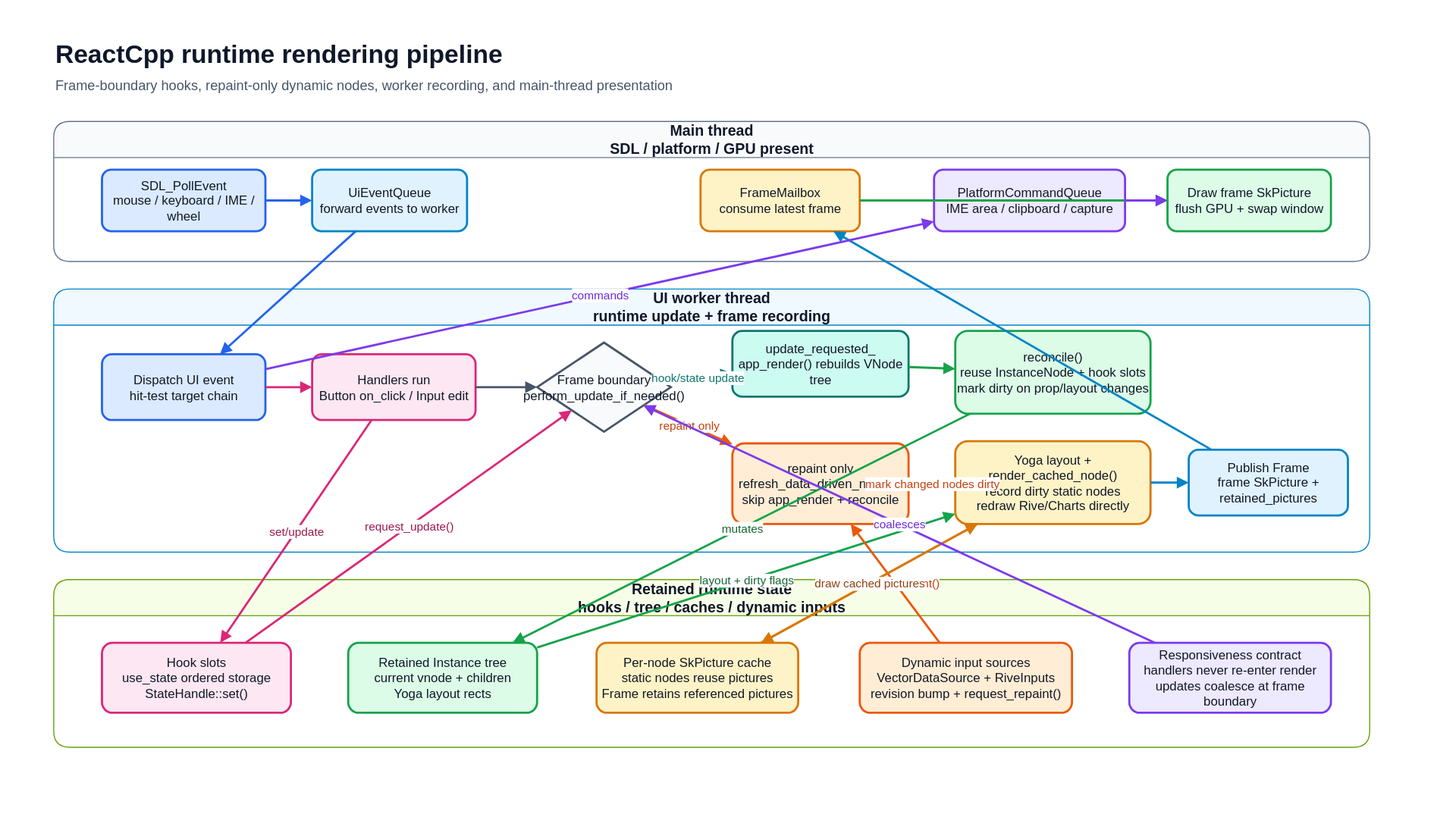
Before: docs/images/runtime-rendering-pipeline.drawio.svg, a diagram exported from draw.io (faywong/ReactCpp). Source tidied: cells renumbered, new cells last; positions are measured from the earlier drawing's top-left corner, leaving out a move shared by most shapes.
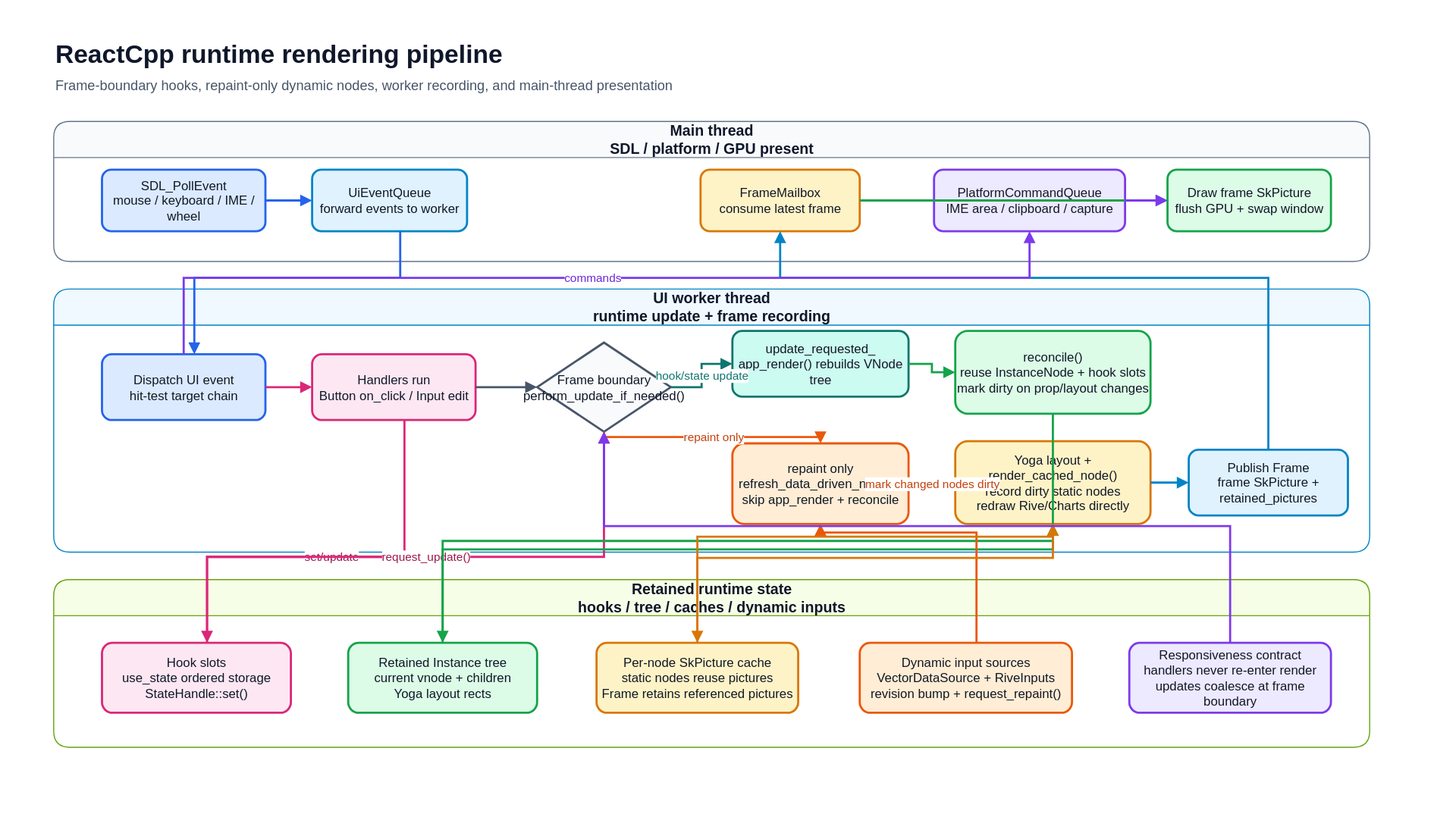
After the commit.

Commit message:
Use orthogonal routes in runtime diagram

The edit, as a diff of the source:
```diff
@@ -74,68 +74,136 @@
     <mxCell id="25" value="Responsiveness contract&lt;br&gt;handlers never re-enter render&lt;br&gt;updates coalesce at frame boundary" style="rounded=1;whiteSpace=wrap;html=1;fontSize=12;fillColor=#EDE9FE;strokeColor=#7C3AED;strokeWidth=2;fontColor=#111827;" parent="1" vertex="1">
       <mxGeometry x="1054" y="596" width="190" height="66" as="geometry" />
     </mxCell>
-    <mxCell id="26" style="endArrow=block;html=1;rounded=0;strokeColor=#2563EB;strokeWidth=2;" parent="1" edge="1" source="8" target="9">
+    <mxCell id="26" style="edgeStyle=orthogonalEdgeStyle;jettySize=auto;endArrow=block;html=1;rounded=0;strokeColor=#2563EB;strokeWidth=2;" parent="1" edge="1" source="8" target="9">
       <mxGeometry relative="1" as="geometry" />
     </mxCell>
-    <mxCell id="27" style="endArrow=block;html=1;rounded=0;strokeColor=#2563EB;strokeWidth=2;" parent="1" edge="1" source="9" target="13">
-      <mxGeometry relative="1" as="geometry" />
+    <mxCell id="27" style="edgeStyle=orthogonalEdgeStyle;jettySize=auto;endArrow=block;html=1;rounded=0;strokeColor=#2563EB;strokeWidth=2;" parent="1" edge="1" source="9" target="13">
+      <mxGeometry relative="1" as="geometry">
+        <Array as="points">
+          <mxPoint x="367" y="252" />
+          <mxPoint x="173" y="252" />
+        </Array>
+      </mxGeometry>
     </mxCell>
-    <mxCell id="28" style="endArrow=block;html=1;rounded=0;strokeColor=#DB2777;strokeWidth=2;" parent="1" edge="1" source="13" target="14">
+    <mxCell id="28" style="edgeStyle=orthogonalEdgeStyle;jettySize=auto;endArrow=block;html=1;rounded=0;strokeColor=#DB2777;strokeWidth=2;" parent="1" edge="1" source="13" target="14">
       <mxGeometry relative="1" as="geometry" />
     </mxCell>
-    <mxCell id="29" value="set/update" style="endArrow=block;html=1;rounded=0;strokeColor=#DB2777;strokeWidth=2;fontSize=11;fontColor=#9D174D;" parent="1" edge="1" source="14" target="21">
-      <mxGeometry relative="1" as="geometry" />
+    <mxCell id="29" value="set/update" style="edgeStyle=orthogonalEdgeStyle;jettySize=auto;endArrow=block;html=1;rounded=0;strokeColor=#DB2777;strokeWidth=2;fontSize=11;fontColor=#9D174D;" parent="1" edge="1" source="14" target="21">
+      <mxGeometry relative="1" as="geometry">
+        <Array as="points">
+          <mxPoint x="371" y="515" />
+          <mxPoint x="185" y="515" />
+        </Array>
+      </mxGeometry>
     </mxCell>
-    <mxCell id="30" value="request_update()" style="endArrow=block;html=1;rounded=0;strokeColor=#DB2777;strokeWidth=2;fontSize=11;fontColor=#9D174D;" parent="1" edge="1" source="21" target="15">
-      <mxGeometry relative="1" as="geometry" />
+    <mxCell id="30" value="request_update()" style="edgeStyle=orthogonalEdgeStyle;jettySize=auto;endArrow=block;html=1;rounded=0;strokeColor=#DB2777;strokeWidth=2;fontSize=11;fontColor=#9D174D;" parent="1" edge="1" source="21" target="15">
+      <mxGeometry relative="1" as="geometry">
+        <Array as="points">
+          <mxPoint x="185" y="515" />
+          <mxPoint x="559" y="515" />
+          <mxPoint x="559" y="407" />
+        </Array>
+      </mxGeometry>
     </mxCell>
-    <mxCell id="31" style="endArrow=block;html=1;rounded=0;strokeColor=#475569;strokeWidth=2;" parent="1" edge="1" source="14" target="15">
+    <mxCell id="31" style="edgeStyle=orthogonalEdgeStyle;jettySize=auto;endArrow=block;html=1;rounded=0;strokeColor=#475569;strokeWidth=2;" parent="1" edge="1" source="14" target="15">
       <mxGeometry relative="1" as="geometry" />
     </mxCell>
-    <mxCell id="32" value="hook/state update" style="endArrow=block;html=1;rounded=0;strokeColor=#0F766E;strokeWidth=2;fontSize=11;fontColor=#0F766E;" parent="1" edge="1" source="15" target="16">
+    <mxCell id="32" value="hook/state update" style="edgeStyle=orthogonalEdgeStyle;jettySize=auto;endArrow=block;html=1;rounded=0;strokeColor=#0F766E;strokeWidth=2;fontSize=11;fontColor=#0F766E;" parent="1" edge="1" source="15" target="16">
       <mxGeometry relative="1" as="geometry" />
     </mxCell>
-    <mxCell id="33" style="endArrow=block;html=1;rounded=0;strokeColor=#16A34A;strokeWidth=2;" parent="1" edge="1" source="16" target="17">
+    <mxCell id="33" style="edgeStyle=orthogonalEdgeStyle;jettySize=auto;endArrow=block;html=1;rounded=0;strokeColor=#16A34A;strokeWidth=2;" parent="1" edge="1" source="16" target="17">
       <mxGeometry relative="1" as="geometry" />
     </mxCell>
-    <mxCell id="34" value="mutates" style="endArrow=block;html=1;rounded=0;strokeColor=#16A34A;strokeWidth=2;fontSize=11;fontColor=#166534;" parent="1" edge="1" source="17" target="22">
-      <mxGeometry relative="1" as="geometry" />
+    <mxCell id="34" style="edgeStyle=orthogonalEdgeStyle;jettySize=auto;endArrow=block;html=1;rounded=0;strokeColor=#16A34A;strokeWidth=2;fontSize=11;fontColor=#166534;" parent="1" edge="1" source="17" target="22">
+      <mxGeometry relative="1" as="geometry">
+        <Array as="points">
+          <mxPoint x="982" y="508" />
+          <mxPoint x="407" y="508" />
+        </Array>
+      </mxGeometry>
     </mxCell>
-    <mxCell id="35" value="layout + dirty flags" style="endArrow=block;html=1;rounded=0;strokeColor=#16A34A;strokeWidth=2;fontSize=11;fontColor=#166534;" parent="1" edge="1" source="22" target="18">
-      <mxGeometry relative="1" as="geometry" />
+    <mxCell id="35" style="edgeStyle=orthogonalEdgeStyle;jettySize=auto;endArrow=block;html=1;rounded=0;strokeColor=#16A34A;strokeWidth=2;fontSize=11;fontColor=#166534;" parent="1" edge="1" source="22" target="18">
+      <mxGeometry relative="1" as="geometry">
+        <Array as="points">
+          <mxPoint x="407" y="500" />
+          <mxPoint x="982" y="500" />
+        </Array>
+      </mxGeometry>
     </mxCell>
-    <mxCell id="36" value="repaint only" style="endArrow=block;html=1;rounded=0;strokeColor=#EA580C;strokeWidth=2;fontSize=11;fontColor=#C2410C;" parent="1" edge="1" source="15" target="20">
-      <mxGeometry relative="1" as="geometry" />
+    <mxCell id="36" value="repaint only" style="edgeStyle=orthogonalEdgeStyle;jettySize=auto;endArrow=block;html=1;rounded=0;strokeColor=#EA580C;strokeWidth=2;fontSize=11;fontColor=#C2410C;" parent="1" edge="1" source="15" target="20">
+      <mxGeometry relative="1" as="geometry">
+        <Array as="points">
+          <mxPoint x="559" y="402" />
+          <mxPoint x="763" y="402" />
+        </Array>
+      </mxGeometry>
     </mxCell>
-    <mxCell id="37" value="request_repaint()" style="endArrow=block;html=1;rounded=0;strokeColor=#EA580C;strokeWidth=2;fontSize=11;fontColor=#C2410C;" parent="1" edge="1" source="24" target="20">
-      <mxGeometry relative="1" as="geometry" />
+    <mxCell id="37" style="edgeStyle=orthogonalEdgeStyle;jettySize=auto;endArrow=block;html=1;rounded=0;strokeColor=#EA580C;strokeWidth=2;fontSize=11;fontColor=#C2410C;" parent="1" edge="1" source="24" target="20">
+      <mxGeometry relative="1" as="geometry">
+        <Array as="points">
+          <mxPoint x="910" y="492" />
+          <mxPoint x="763" y="492" />
+        </Array>
+      </mxGeometry>
     </mxCell>
-    <mxCell id="38" value="mark changed nodes dirty" style="endArrow=block;html=1;rounded=0;strokeColor=#EA580C;strokeWidth=2;fontSize=11;fontColor=#C2410C;" parent="1" edge="1" source="20" target="18">
-      <mxGeometry relative="1" as="geometry" />
+    <mxCell id="38" value="mark changed nodes dirty" style="edgeStyle=orthogonalEdgeStyle;jettySize=auto;endArrow=block;html=1;rounded=0;strokeColor=#EA580C;strokeWidth=2;fontSize=11;fontColor=#C2410C;" parent="1" edge="1" source="20" target="18">
+      <mxGeometry relative="1" as="geometry">
+        <Array as="points">
+          <mxPoint x="846" y="446" />
+          <mxPoint x="890" y="446" />
+        </Array>
+      </mxGeometry>
     </mxCell>
-    <mxCell id="39" value="record/reuse" style="endArrow=block;html=1;rounded=0;strokeColor=#D97706;strokeWidth=2;fontSize=11;fontColor=#92400E;" parent="1" edge="1" source="18" target="23">
-      <mxGeometry relative="1" as="geometry" />
+    <mxCell id="39" style="edgeStyle=orthogonalEdgeStyle;jettySize=auto;endArrow=block;html=1;rounded=0;strokeColor=#D97706;strokeWidth=2;fontSize=11;fontColor=#92400E;" parent="1" edge="1" source="18" target="23">
+      <mxGeometry relative="1" as="geometry">
+        <Array as="points">
+          <mxPoint x="982" y="516" />
+          <mxPoint x="647" y="516" />
+        </Array>
+      </mxGeometry>
     </mxCell>
-    <mxCell id="40" value="draw cached pictures" style="endArrow=block;html=1;rounded=0;strokeColor=#D97706;strokeWidth=2;fontSize=11;fontColor=#92400E;" parent="1" edge="1" source="23" target="18">
-      <mxGeometry relative="1" as="geometry" />
+    <mxCell id="40" style="edgeStyle=orthogonalEdgeStyle;jettySize=auto;endArrow=block;html=1;rounded=0;strokeColor=#D97706;strokeWidth=2;fontSize=11;fontColor=#92400E;" parent="1" edge="1" source="23" target="18">
+      <mxGeometry relative="1" as="geometry">
+        <Array as="points">
+          <mxPoint x="647" y="496" />
+          <mxPoint x="982" y="496" />
+        </Array>
+      </mxGeometry>
     </mxCell>
-    <mxCell id="41" style="endArrow=block;html=1;rounded=0;strokeColor=#0284C7;strokeWidth=2;" parent="1" edge="1" source="18" target="19">
+    <mxCell id="41" style="edgeStyle=orthogonalEdgeStyle;jettySize=auto;endArrow=block;html=1;rounded=0;strokeColor=#0284C7;strokeWidth=2;" parent="1" edge="1" source="18" target="19">
       <mxGeometry relative="1" as="geometry" />
     </mxCell>
-    <mxCell id="42" style="endArrow=block;html=1;rounded=0;strokeColor=#0284C7;strokeWidth=2;" parent="1" edge="1" source="19" target="11">
-      <mxGeometry relative="1" as="geometry" />
+    <mxCell id="42" style="edgeStyle=orthogonalEdgeStyle;jettySize=auto;endArrow=block;html=1;rounded=0;strokeColor=#0284C7;strokeWidth=2;" parent="1" edge="1" source="19" target="11">
+      <mxGeometry relative="1" as="geometry">
+        <Array as="points">
+          <mxPoint x="1185" y="252" />
+          <mxPoint x="725" y="252" />
+        </Array>
+      </mxGeometry>
     </mxCell>
-    <mxCell id="43" style="endArrow=block;html=1;rounded=0;strokeColor=#16A34A;strokeWidth=2;" parent="1" edge="1" source="11" target="12">
+    <mxCell id="43" style="edgeStyle=orthogonalEdgeStyle;jettySize=auto;endArrow=block;html=1;rounded=0;strokeColor=#16A34A;strokeWidth=2;" parent="1" edge="1" source="11" target="12">
       <mxGeometry relative="1" as="geometry" />
     </mxCell>
-    <mxCell id="44" value="commands" style="endArrow=block;html=1;rounded=0;strokeColor=#7C3AED;strokeWidth=2;fontSize=11;fontColor=#6D28D9;" parent="1" edge="1" source="13" target="10">
-      <mxGeometry relative="1" as="geometry" />
+    <mxCell id="44" value="commands" style="edgeStyle=orthogonalEdgeStyle;jettySize=auto;endArrow=block;html=1;rounded=0;strokeColor=#7C3AED;strokeWidth=2;fontSize=11;fontColor=#6D28D9;" parent="1" edge="1" source="13" target="10">
+      <mxGeometry relative="1" as="geometry">
+        <Array as="points">
+          <mxPoint x="163" y="252" />
+          <mxPoint x="960" y="252" />
+          <mxPoint x="960" y="218" />
+        </Array>
+      </mxGeometry>
     </mxCell>
-    <mxCell id="45" style="endArrow=block;html=1;rounded=0;strokeColor=#7C3AED;strokeWidth=2;" parent="1" edge="1" source="10" target="12">
+    <mxCell id="45" style="edgeStyle=orthogonalEdgeStyle;jettySize=auto;endArrow=block;html=1;rounded=0;strokeColor=#7C3AED;strokeWidth=2;" parent="1" edge="1" source="10" target="12">
       <mxGeometry relative="1" as="geometry" />
     </mxCell>
-    <mxCell id="46" value="coalesces" style="endArrow=block;html=1;rounded=0;strokeColor=#7C3AED;strokeWidth=2;fontSize=11;fontColor=#6D28D9;" parent="1" edge="1" source="25" target="15">
-      <mxGeometry relative="1" as="geometry" />
+    <mxCell id="46" style="edgeStyle=orthogonalEdgeStyle;jettySize=auto;endArrow=block;html=1;rounded=0;strokeColor=#7C3AED;strokeWidth=2;fontSize=11;fontColor=#6D28D9;" parent="1" edge="1" source="25" target="15">
+      <mxGeometry relative="1" as="geometry">
+        <Array as="points">
+          <mxPoint x="1149" y="486" />
+          <mxPoint x="559" y="486" />
+          <mxPoint x="559" y="407" />
+        </Array>
+      </mxGeometry>
     </mxCell>
   </root>
 </mxGraphModel>
```
